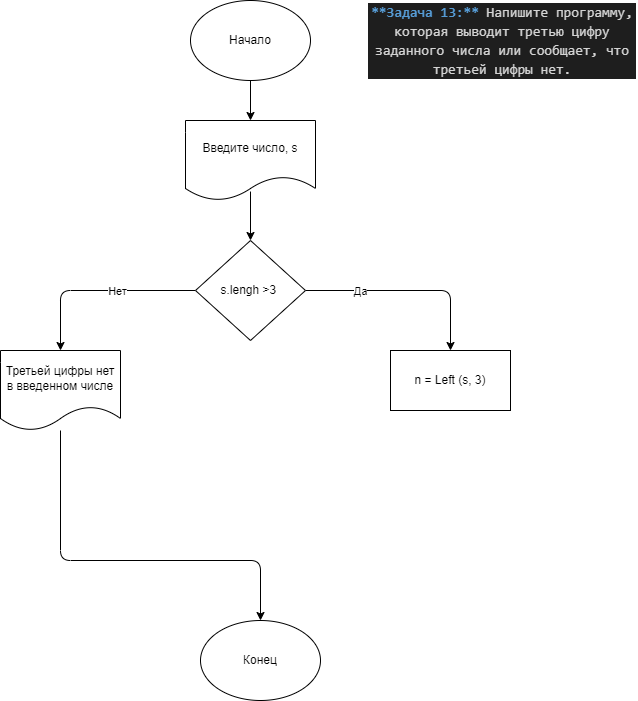
dvmax1984/Csharp25022023 keeps this draw.io diagram as Homework/Homework_02/Ex13/diag.drawio.png. Above is the earlier version. Source tidied: cells renumbered, new cells last; positions are measured from the earlier drawing's top-left corner, leaving out a move shared by most shapes.
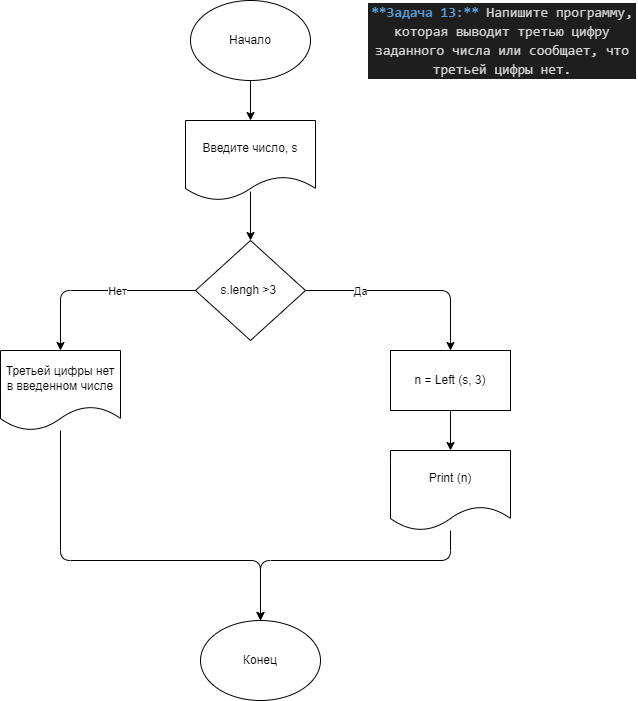
Above is the later version.

Commit message:
Добавил коду в простраство HW2 Ex13

Diff of the diagram source:
```diff
@@ -32,6 +32,9 @@
     <mxCell id="11" value="s.lengh &amp;gt;3&amp;nbsp;" style="rhombus;whiteSpace=wrap;html=1;" parent="1" vertex="1">
       <mxGeometry x="195" y="240" width="110" height="100" as="geometry" />
     </mxCell>
+    <mxCell id="16" style="edgeStyle=orthogonalEdgeStyle;html=1;" parent="1" edge="1" source="12" target="18">
+      <mxGeometry relative="1" as="geometry" />
+    </mxCell>
     <mxCell id="12" value="n = Left (s, 3)" style="whiteSpace=wrap;html=1;" parent="1" vertex="1">
       <mxGeometry x="390" y="350" width="120" height="60" as="geometry" />
     </mxCell>
@@ -49,5 +52,16 @@
     <mxCell id="15" value="Конец" style="ellipse;whiteSpace=wrap;html=1;" parent="1" vertex="1">
       <mxGeometry x="200" y="620" width="120" height="80" as="geometry" />
     </mxCell>
+    <mxCell id="17" style="edgeStyle=orthogonalEdgeStyle;html=1;entryX=0.5;entryY=0;entryDx=0;entryDy=0;" parent="1" edge="1" source="18" target="15">
+      <mxGeometry relative="1" as="geometry">
+        <Array as="points">
+          <mxPoint x="450" y="560" />
+          <mxPoint x="260" y="560" />
+        </Array>
+      </mxGeometry>
+    </mxCell>
+    <mxCell id="18" value="Print (n)" style="shape=document;whiteSpace=wrap;html=1;boundedLbl=1;" parent="1" vertex="1">
+      <mxGeometry x="390" y="450" width="120" height="80" as="geometry" />
+    </mxCell>
   </root>
 </mxGraphModel>
```
